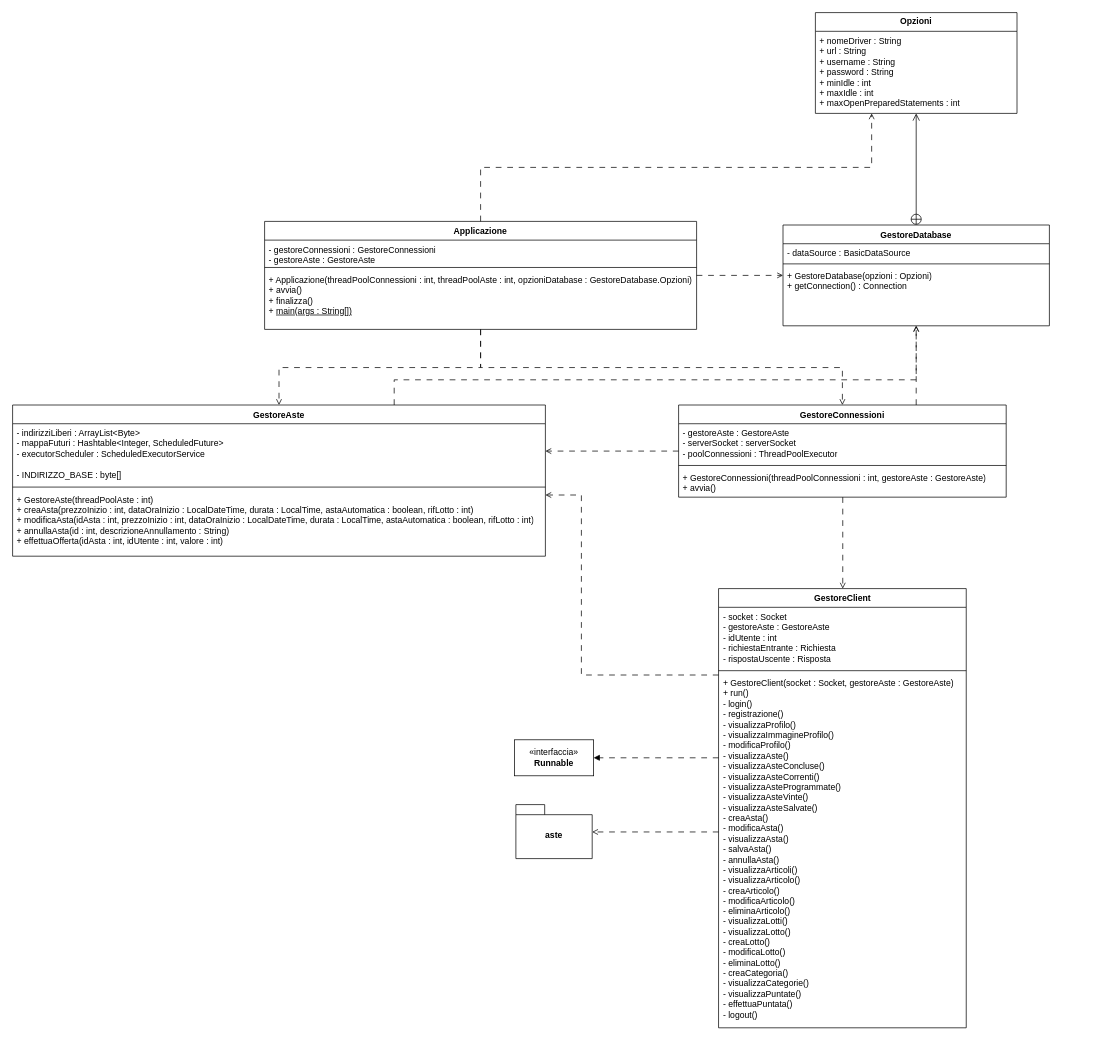
Above: documenti/DC-Server.drawio in Chaos-Rat/GAO (draw.io), before the change. Source tidied: cells renumbered, new cells numbered last; positions are measured from the earlier drawing's top-left corner, leaving out a move shared by most shapes. Both pictures are drawn from the tidied source at 72%, with x=0, y=0 at pixel (12, 12).
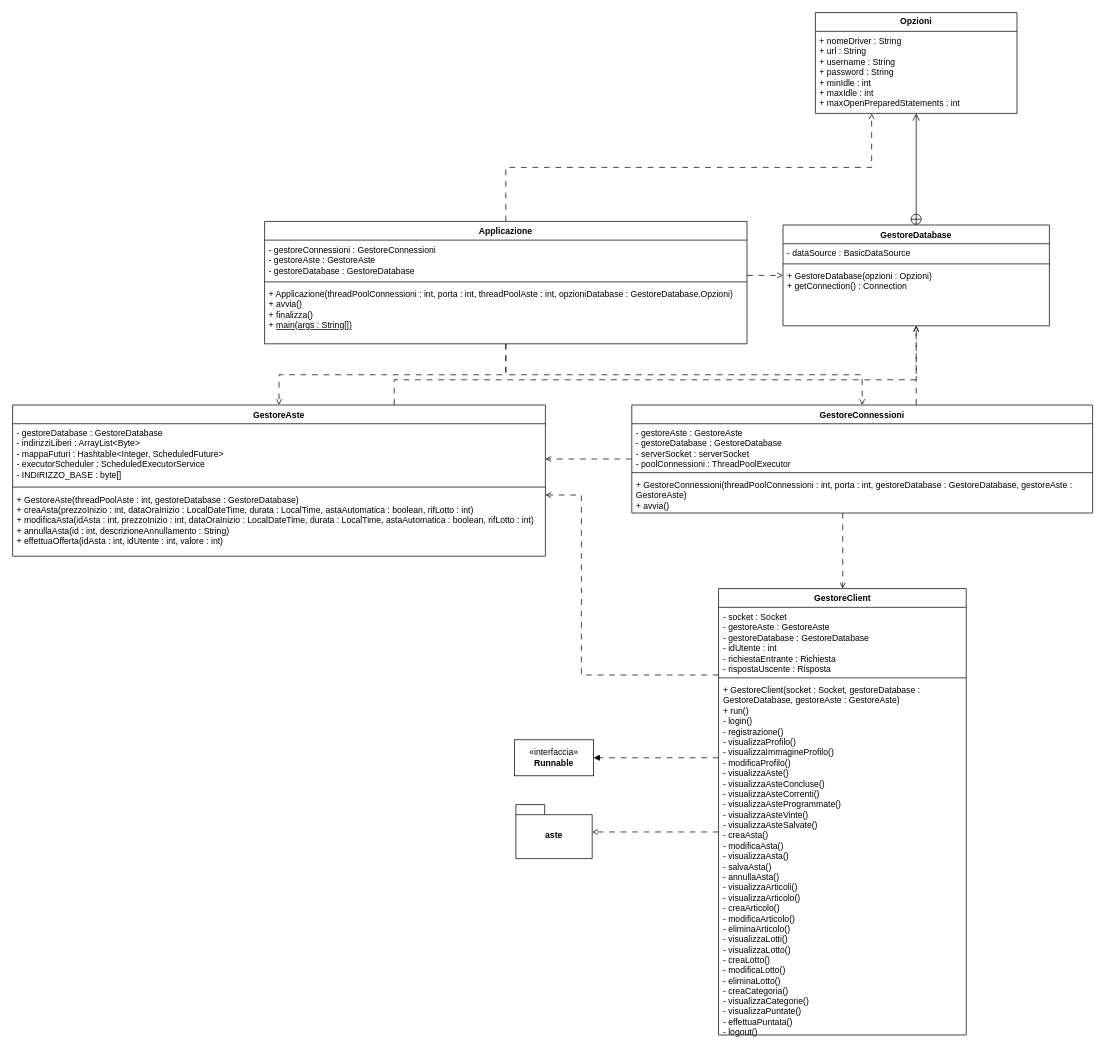
The same page after the edit.

Unchanged cells that the change refers to:
```xml
<mxCell id="23" value="GestoreAste" style="swimlane;fontStyle=1;align=center;verticalAlign=top;horizontal=1;startSize=26;whiteSpace=wrap;html=1;" parent="1" vertex="1">
  <mxGeometry y="545" width="740" height="210" as="geometry" />
</mxCell>
```

Change to the diagram source:
```diff
@@
     <mxCell id="5" value="Applicazione" style="swimlane;fontStyle=1;align=center;verticalAlign=top;horizontal=1;startSize=26;whiteSpace=wrap;html=1;" parent="1" vertex="1">
-      <mxGeometry x="350" y="290" width="600" height="150" as="geometry" />
+      <mxGeometry x="350" y="290" width="670" height="170" as="geometry" />
     </mxCell>
-    <mxCell id="6" value="&lt;div&gt;- gestoreConnessioni : GestoreConnessioni&lt;/div&gt;&lt;div&gt;- gestoreAste : GestoreAste&lt;/div&gt;" style="text;strokeColor=none;fillColor=none;align=left;verticalAlign=top;spacingLeft=4;spacingRight=4;overflow=hidden;whiteSpace=wrap;html=1;" parent="5" vertex="1">
-      <mxGeometry y="26" width="600" height="34" as="geometry" />
+    <mxCell id="6" value="&lt;div&gt;- gestoreConnessioni : GestoreConnessioni&lt;/div&gt;&lt;div&gt;- gestoreAste : GestoreAste&lt;/div&gt;&lt;div&gt;- gestoreDatabase : GestoreDatabase&lt;/div&gt;" style="text;strokeColor=none;fillColor=none;align=left;verticalAlign=top;spacingLeft=4;spacingRight=4;overflow=hidden;whiteSpace=wrap;html=1;" parent="5" vertex="1">
+      <mxGeometry y="26" width="670" height="54" as="geometry" />
     </mxCell>
     <mxCell id="7" style="line;strokeWidth=1;fillColor=none;align=left;verticalAlign=middle;spacingTop=-1;spacingLeft=3;spacingRight=3;labelPosition=right;strokeColor=inherit;" parent="5" vertex="1">
-      <mxGeometry y="60" width="600" height="8" as="geometry" />
+      <mxGeometry y="80" width="670" height="8" as="geometry" />
     </mxCell>
-    <mxCell id="8" value="&lt;div&gt;+ Applicazione(threadPoolConnessioni : int, threadPoolAste : int, opzioniDatabase : GestoreDatabase.Opzioni)&lt;/div&gt;&lt;div&gt;+ avvia()&lt;/div&gt;&lt;div&gt;+ finalizza()&lt;/div&gt;+ &lt;u&gt;main(args : String[])&lt;/u&gt;" style="text;strokeColor=none;fillColor=none;align=left;verticalAlign=top;spacingLeft=4;spacingRight=4;overflow=hidden;whiteSpace=wrap;html=1;" parent="5" vertex="1">
-      <mxGeometry y="68" width="600" height="82" as="geometry" />
+    <mxCell id="8" value="&lt;div&gt;+ Applicazione(threadPoolConnessioni : int,&amp;nbsp;&lt;span style=&quot;background-color: initial;&quot;&gt;porta : int,&amp;nbsp;&lt;/span&gt;&lt;span style=&quot;background-color: initial;&quot;&gt;threadPoolAste : int, opzioniDatabase : GestoreDatabase.Opzioni)&lt;/span&gt;&lt;/div&gt;&lt;div&gt;+ avvia()&lt;/div&gt;&lt;div&gt;+ finalizza()&lt;/div&gt;+ &lt;u&gt;main(args : String[])&lt;/u&gt;" style="text;strokeColor=none;fillColor=none;align=left;verticalAlign=top;spacingLeft=4;spacingRight=4;overflow=hidden;whiteSpace=wrap;html=1;" parent="5" vertex="1">
+      <mxGeometry y="88" width="670" height="82" as="geometry" />
     </mxCell>
@@
     <mxCell id="11" value="GestoreClient" style="swimlane;fontStyle=1;align=center;verticalAlign=top;horizontal=1;startSize=26;whiteSpace=wrap;html=1;" parent="1" vertex="1">
-      <mxGeometry x="980.5" y="800" width="344" height="610" as="geometry" />
+      <mxGeometry x="980.5" y="800" width="344" height="620" as="geometry" />
     </mxCell>
-    <mxCell id="12" value="- socket : Socket&lt;div&gt;- gestoreAste : GestoreAste&lt;br&gt;&lt;div&gt;- idUtente : int&lt;/div&gt;&lt;/div&gt;&lt;div&gt;- richiestaEntrante : Richiesta&lt;/div&gt;&lt;div&gt;- rispostaUscente : Risposta&lt;/div&gt;" style="text;strokeColor=none;fillColor=none;align=left;verticalAlign=top;spacingLeft=4;spacingRight=4;overflow=hidden;whiteSpace=wrap;html=1;" parent="11" vertex="1">
-      <mxGeometry y="26" width="344" height="84" as="geometry" />
+    <mxCell id="12" value="- socket : Socket&lt;div&gt;- gestoreAste : GestoreAste&lt;/div&gt;&lt;div&gt;- gestoreDatabase : GestoreDatabase&lt;br&gt;&lt;div&gt;- idUtente : int&lt;/div&gt;&lt;/div&gt;&lt;div&gt;- richiestaEntrante : Richiesta&lt;/div&gt;&lt;div&gt;- rispostaUscente : Risposta&lt;/div&gt;" style="text;strokeColor=none;fillColor=none;align=left;verticalAlign=top;spacingLeft=4;spacingRight=4;overflow=hidden;whiteSpace=wrap;html=1;" parent="11" vertex="1">
+      <mxGeometry y="26" width="344" height="94" as="geometry" />
     </mxCell>
     <mxCell id="13" style="line;strokeWidth=1;fillColor=none;align=left;verticalAlign=middle;spacingTop=-1;spacingLeft=3;spacingRight=3;labelPosition=right;strokeColor=inherit;" parent="11" vertex="1">
-      <mxGeometry y="110" width="344" height="8" as="geometry" />
+      <mxGeometry y="120" width="344" height="8" as="geometry" />
     </mxCell>
-    <mxCell id="14" value="&lt;div&gt;+ GestoreClient(socket : Socket, gestoreAste : GestoreAste)&lt;/div&gt;&lt;div&gt;+ run()&lt;/div&gt;&lt;div&gt;- login()&lt;/div&gt;&lt;div&gt;- registrazione()&lt;/div&gt;&lt;div&gt;- visualizzaProfilo()&lt;/div&gt;&lt;div&gt;- visualizzaImmagineProfilo()&lt;/div&gt;&lt;div&gt;- modificaProfilo()&lt;/div&gt;&lt;div&gt;- visualizzaAste()&lt;/div&gt;&lt;div&gt;- visualizzaAsteConcluse()&lt;/div&gt;&lt;div&gt;- visualizzaAsteCorrenti()&lt;/div&gt;&lt;div&gt;- visualizzaAsteProgrammate()&lt;/div&gt;&lt;div&gt;- visualizzaAsteVinte()&lt;/div&gt;&lt;div&gt;- visualizzaAsteSalvate()&lt;/div&gt;&lt;div&gt;- creaAsta()&lt;/div&gt;&lt;div&gt;- modificaAsta()&lt;/div&gt;&lt;div&gt;- visualizzaAsta()&lt;br&gt;&lt;/div&gt;&lt;div&gt;- salvaAsta()&lt;br&gt;&lt;/div&gt;&lt;div&gt;- annullaAsta()&lt;/div&gt;&lt;div&gt;- visualizzaArticoli()&lt;/div&gt;&lt;div&gt;- visualizzaArticolo()&lt;/div&gt;&lt;div&gt;- creaArticolo()&lt;/div&gt;&lt;div&gt;- modificaArticolo()&lt;/div&gt;&lt;div&gt;- eliminaArticolo()&lt;/div&gt;&lt;div&gt;- visualizzaLotti()&lt;/div&gt;&lt;div&gt;- visualizzaLotto()&lt;/div&gt;&lt;div&gt;- creaLotto()&lt;/div&gt;&lt;div&gt;- modificaLotto()&lt;/div&gt;&lt;div&gt;- eliminaLotto()&lt;/div&gt;&lt;div&gt;- creaCategoria()&lt;/div&gt;&lt;div&gt;- visualizzaCategorie()&lt;/div&gt;&lt;div&gt;- visualizzaPuntate()&lt;/div&gt;&lt;div&gt;- effettuaPuntata()&lt;br&gt;&lt;/div&gt;&lt;div&gt;- logout()&lt;/div&gt;" style="text;strokeColor=none;fillColor=none;align=left;verticalAlign=top;spacingLeft=4;spacingRight=4;overflow=hidden;whiteSpace=wrap;html=1;" parent="11" vertex="1">
-      <mxGeometry y="118" width="344" height="492" as="geometry" />
+    <mxCell id="14" value="&lt;div&gt;+ GestoreClient(socket : Socket, gestoreDatabase : GestoreDatabase, gestoreAste : GestoreAste)&lt;/div&gt;&lt;div&gt;+ run()&lt;/div&gt;&lt;div&gt;- login()&lt;/div&gt;&lt;div&gt;- registrazione()&lt;/div&gt;&lt;div&gt;- visualizzaProfilo()&lt;/div&gt;&lt;div&gt;- visualizzaImmagineProfilo()&lt;/div&gt;&lt;div&gt;- modificaProfilo()&lt;/div&gt;&lt;div&gt;- visualizzaAste()&lt;/div&gt;&lt;div&gt;- visualizzaAsteConcluse()&lt;/div&gt;&lt;div&gt;- visualizzaAsteCorrenti()&lt;/div&gt;&lt;div&gt;- visualizzaAsteProgrammate()&lt;/div&gt;&lt;div&gt;- visualizzaAsteVinte()&lt;/div&gt;&lt;div&gt;- visualizzaAsteSalvate()&lt;/div&gt;&lt;div&gt;- creaAsta()&lt;/div&gt;&lt;div&gt;- modificaAsta()&lt;/div&gt;&lt;div&gt;- visualizzaAsta()&lt;br&gt;&lt;/div&gt;&lt;div&gt;- salvaAsta()&lt;br&gt;&lt;/div&gt;&lt;div&gt;- annullaAsta()&lt;/div&gt;&lt;div&gt;- visualizzaArticoli()&lt;/div&gt;&lt;div&gt;- visualizzaArticolo()&lt;/div&gt;&lt;div&gt;- creaArticolo()&lt;/div&gt;&lt;div&gt;- modificaArticolo()&lt;/div&gt;&lt;div&gt;- eliminaArticolo()&lt;/div&gt;&lt;div&gt;- visualizzaLotti()&lt;/div&gt;&lt;div&gt;- visualizzaLotto()&lt;/div&gt;&lt;div&gt;- creaLotto()&lt;/div&gt;&lt;div&gt;- modificaLotto()&lt;/div&gt;&lt;div&gt;- eliminaLotto()&lt;/div&gt;&lt;div&gt;- creaCategoria()&lt;/div&gt;&lt;div&gt;- visualizzaCategorie()&lt;/div&gt;&lt;div&gt;- visualizzaPuntate()&lt;/div&gt;&lt;div&gt;- effettuaPuntata()&lt;br&gt;&lt;/div&gt;&lt;div&gt;- logout()&lt;/div&gt;" style="text;strokeColor=none;fillColor=none;align=left;verticalAlign=top;spacingLeft=4;spacingRight=4;overflow=hidden;whiteSpace=wrap;html=1;" parent="11" vertex="1">
+      <mxGeometry y="128" width="344" height="492" as="geometry" />
     </mxCell>
@@
     <mxCell id="18" value="GestoreConnessioni" style="swimlane;fontStyle=1;align=center;verticalAlign=top;horizontal=1;startSize=26;whiteSpace=wrap;html=1;" parent="1" vertex="1">
-      <mxGeometry x="925" y="545" width="455" height="128" as="geometry" />
+      <mxGeometry x="860" y="545" width="640" height="150" as="geometry" />
     </mxCell>
-    <mxCell id="19" value="- gestoreAste : GestoreAste&lt;div&gt;- serverSocket : serverSocket&lt;/div&gt;&lt;div&gt;- poolConnessioni : ThreadPoolExecutor&lt;/div&gt;" style="text;strokeColor=none;fillColor=none;align=left;verticalAlign=top;spacingLeft=4;spacingRight=4;overflow=hidden;whiteSpace=wrap;html=1;" parent="18" vertex="1">
-      <mxGeometry y="26" width="455" height="54" as="geometry" />
+    <mxCell id="19" value="- gestoreAste : GestoreAste&lt;div&gt;- gestoreDatabase : GestoreDatabase&lt;br&gt;&lt;div&gt;- serverSocket : serverSocket&lt;/div&gt;&lt;div&gt;- poolConnessioni : ThreadPoolExecutor&lt;/div&gt;&lt;/div&gt;" style="text;strokeColor=none;fillColor=none;align=left;verticalAlign=top;spacingLeft=4;spacingRight=4;overflow=hidden;whiteSpace=wrap;html=1;" parent="18" vertex="1">
+      <mxGeometry y="26" width="640" height="64" as="geometry" />
     </mxCell>
     <mxCell id="20" style="line;strokeWidth=1;fillColor=none;align=left;verticalAlign=middle;spacingTop=-1;spacingLeft=3;spacingRight=3;labelPosition=right;strokeColor=inherit;" parent="18" vertex="1">
-      <mxGeometry y="80" width="455" height="8" as="geometry" />
+      <mxGeometry y="90" width="640" height="8" as="geometry" />
     </mxCell>
-    <mxCell id="21" value="&lt;div&gt;+ GestoreConnessioni(threadPoolConnessioni : int, gestoreAste : GestoreAste)&lt;/div&gt;&lt;div&gt;+ avvia()&lt;/div&gt;" style="text;strokeColor=none;fillColor=none;align=left;verticalAlign=top;spacingLeft=4;spacingRight=4;overflow=hidden;whiteSpace=wrap;html=1;" parent="18" vertex="1">
-      <mxGeometry y="88" width="455" height="40" as="geometry" />
+    <mxCell id="21" value="&lt;div&gt;+ GestoreConnessioni(threadPoolConnessioni : int, porta : int, gestoreDatabase : GestoreDatabase, gestoreAste : GestoreAste)&lt;/div&gt;&lt;div&gt;+ avvia()&lt;/div&gt;" style="text;strokeColor=none;fillColor=none;align=left;verticalAlign=top;spacingLeft=4;spacingRight=4;overflow=hidden;whiteSpace=wrap;html=1;" parent="18" vertex="1">
+      <mxGeometry y="98" width="640" height="52" as="geometry" />
     </mxCell>
@@
-    <mxCell id="24" value="&lt;div&gt;- indirizziLiberi : ArrayList&amp;lt;Byte&amp;gt;&lt;/div&gt;&lt;div&gt;- mappaFuturi : Hashtable&amp;lt;Integer, ScheduledFuture&amp;gt;&lt;/div&gt;&lt;div&gt;- executorScheduler : ScheduledExecutorService&lt;/div&gt;&lt;div&gt;&lt;br&gt;&lt;/div&gt;&lt;div&gt;- INDIRIZZO_BASE : byte[]&lt;/div&gt;" style="text;strokeColor=none;fillColor=none;align=left;verticalAlign=top;spacingLeft=4;spacingRight=4;overflow=hidden;whiteSpace=wrap;html=1;" parent="23" vertex="1">
+    <mxCell id="24" value="&lt;div&gt;- gestoreDatabase : GestoreDatabase&lt;/div&gt;&lt;div&gt;- indirizziLiberi : ArrayList&amp;lt;Byte&amp;gt;&lt;/div&gt;&lt;div&gt;- mappaFuturi : Hashtable&amp;lt;Integer, ScheduledFuture&amp;gt;&lt;/div&gt;&lt;div&gt;- executorScheduler : ScheduledExecutorService&lt;/div&gt;&lt;div&gt;- INDIRIZZO_BASE : byte[]&lt;/div&gt;" style="text;strokeColor=none;fillColor=none;align=left;verticalAlign=top;spacingLeft=4;spacingRight=4;overflow=hidden;whiteSpace=wrap;html=1;" parent="23" vertex="1">
       <mxGeometry y="26" width="740" height="84" as="geometry" />
     </mxCell>
@@
-    <mxCell id="26" value="&lt;div&gt;+ GestoreAste(threadPoolAste : int)&lt;/div&gt;&lt;div&gt;+ creaAsta(prezzoInizio : int, dataOraInizio : LocalDateTime, durata : LocalTime, astaAutomatica : boolean, rifLotto : int)&lt;/div&gt;&lt;div&gt;+ modificaAsta(idAsta : int, prezzoInizio : int, dataOraInizio : LocalDateTime, durata : LocalTime, astaAutomatica : boolean, rifLotto : int)&lt;/div&gt;&lt;div&gt;+ annullaAsta(id : int, descrizioneAnnullamento : String)&lt;/div&gt;&lt;div&gt;+ effettuaOfferta(idAsta : int, idUtente : int, valore : int)&lt;/div&gt;&lt;div&gt;&lt;br&gt;&lt;/div&gt;" style="text;strokeColor=none;fillColor=none;align=left;verticalAlign=top;spacingLeft=4;spacingRight=4;overflow=hidden;whiteSpace=wrap;html=1;" parent="23" vertex="1">
+    <mxCell id="26" value="&lt;div&gt;+ GestoreAste(threadPoolAste : int, gestoreDatabase : GestoreDatabase)&lt;/div&gt;&lt;div&gt;+ creaAsta(prezzoInizio : int, dataOraInizio : LocalDateTime, durata : LocalTime, astaAutomatica : boolean, rifLotto : int)&lt;/div&gt;&lt;div&gt;+ modificaAsta(idAsta : int, prezzoInizio : int, dataOraInizio : LocalDateTime, durata : LocalTime, astaAutomatica : boolean, rifLotto : int)&lt;/div&gt;&lt;div&gt;+ annullaAsta(id : int, descrizioneAnnullamento : String)&lt;/div&gt;&lt;div&gt;+ effettuaOfferta(idAsta : int, idUtente : int, valore : int)&lt;/div&gt;&lt;div&gt;&lt;br&gt;&lt;/div&gt;" style="text;strokeColor=none;fillColor=none;align=left;verticalAlign=top;spacingLeft=4;spacingRight=4;overflow=hidden;whiteSpace=wrap;html=1;" parent="23" vertex="1">
       <mxGeometry y="118" width="740" height="92" as="geometry" />
     </mxCell>
```
